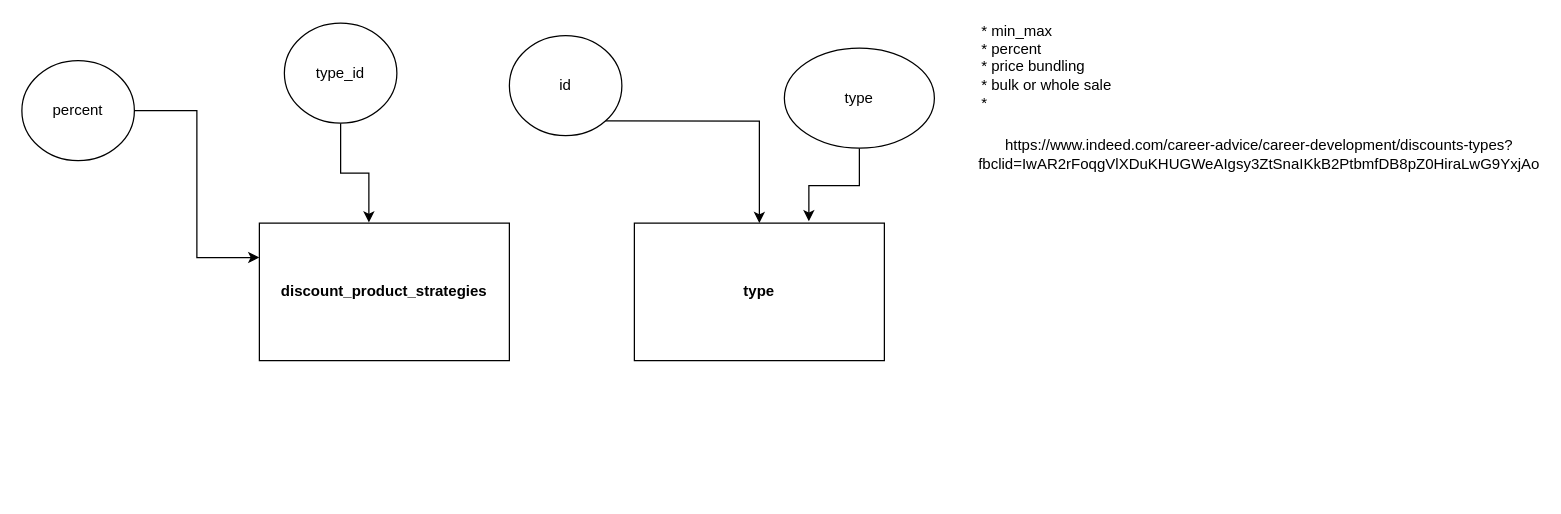
Earlier version of the draw.io diagram discount strategy.drawio (janpaulalmanoche/zz). Source tidied: cells renumbered, new cells numbered last; positions are measured from the earlier drawing's top-left corner, leaving out a move shared by most shapes. Both pictures are drawn from the tidied source at 125%, with x=0, y=0 at pixel (21, 22).
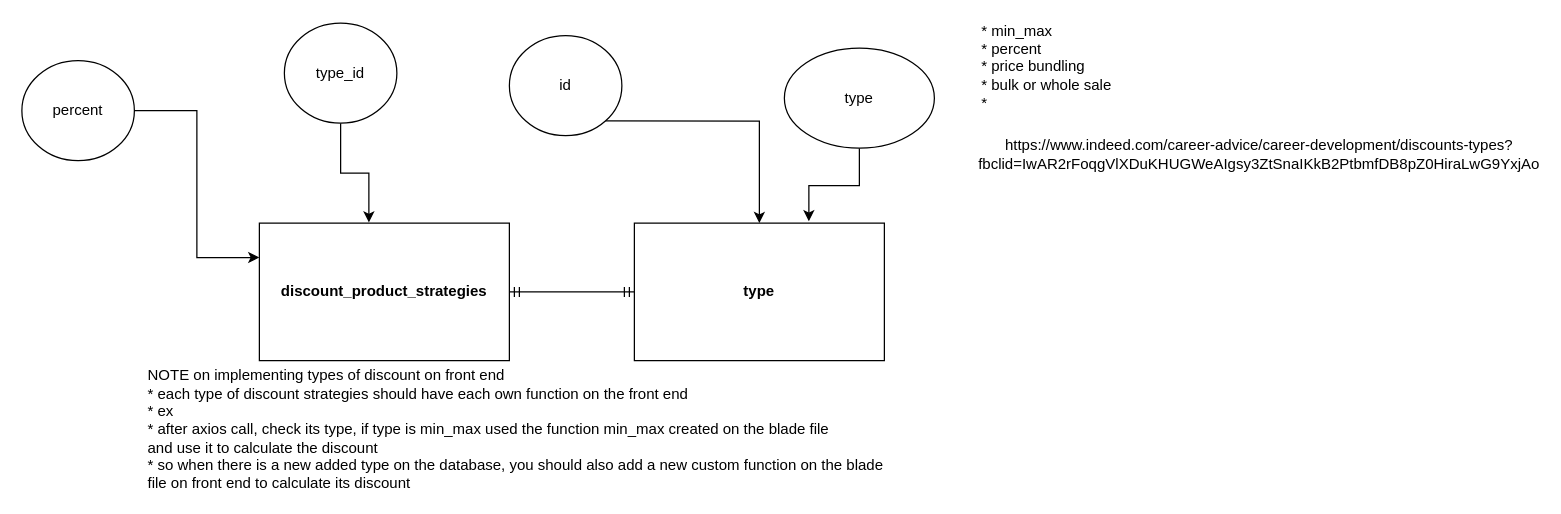
Above is the later version.

Diff of the diagram source:
```diff
@@
 <mxGraphModel>
   <root>
     <mxCell id="0" />
     <mxCell id="1" parent="0" />
     <mxCell id="2" value="&lt;b&gt;discount_product_strategies&lt;/b&gt;" style="rounded=0;whiteSpace=wrap;html=1;" parent="1" vertex="1">
       <mxGeometry x="190" y="160" width="200" height="110" as="geometry" />
     </mxCell>
+    <mxCell id="14" style="edgeStyle=orthogonalEdgeStyle;rounded=0;jettySize=auto;html=1;exitX=0;exitY=0.5;exitDx=0;exitDy=0;endArrow=ERmandOne;endFill=0;startArrow=ERmandOne;startFill=0;" parent="1" edge="1" source="3" target="2">
+      <mxGeometry relative="1" as="geometry" />
+    </mxCell>
     <mxCell id="3" value="&lt;b&gt;type&lt;/b&gt;" style="rounded=0;whiteSpace=wrap;html=1;" parent="1" vertex="1">
       <mxGeometry x="490" y="160" width="200" height="110" as="geometry" />
     </mxCell>
     <mxCell id="4" style="edgeStyle=orthogonalEdgeStyle;rounded=0;jettySize=auto;html=1;exitX=1;exitY=1;exitDx=0;exitDy=0;" parent="1" edge="1" source="5" target="3">
       <mxGeometry relative="1" as="geometry" />
     </mxCell>
     <mxCell id="5" value="id" style="ellipse;whiteSpace=wrap;html=1;" parent="1" vertex="1">
       <mxGeometry x="390" y="10" width="90" height="80" as="geometry" />
     </mxCell>
     <mxCell id="6" style="edgeStyle=orthogonalEdgeStyle;rounded=0;jettySize=auto;html=1;exitX=0.5;exitY=1;exitDx=0;exitDy=0;entryX=0.698;entryY=-0.013;entryDx=0;entryDy=0;entryPerimeter=0;" parent="1" edge="1" source="7" target="3">
       <mxGeometry relative="1" as="geometry" />
     </mxCell>
     <mxCell id="7" value="type" style="ellipse;whiteSpace=wrap;html=1;" parent="1" vertex="1">
       <mxGeometry x="610" y="20" width="120" height="80" as="geometry" />
     </mxCell>
     <mxCell id="8" value="&lt;div style=&quot;text-align: left&quot;&gt;&lt;span&gt;* min_max&lt;/span&gt;&lt;/div&gt;&lt;div style=&quot;text-align: left&quot;&gt;&lt;span&gt;* percent&lt;/span&gt;&lt;/div&gt;&lt;div style=&quot;text-align: left&quot;&gt;&lt;span&gt;* price bundling&lt;/span&gt;&lt;/div&gt;&lt;div style=&quot;text-align: left&quot;&gt;&lt;span&gt;* bulk or whole sale&lt;/span&gt;&lt;/div&gt;&lt;div style=&quot;text-align: left&quot;&gt;&lt;span&gt;*&amp;nbsp;&lt;/span&gt;&lt;/div&gt;" style="text;html=1;strokeColor=none;fillColor=none;align=center;verticalAlign=middle;whiteSpace=wrap;rounded=0;" parent="1" vertex="1">
       <mxGeometry x="740" y="20" width="160" height="30" as="geometry" />
     </mxCell>
     <mxCell id="9" value="https://www.indeed.com/career-advice/career-development/discounts-types?fbclid=IwAR2rFoqgVlXDuKHUGWeAIgsy3ZtSnaIKkB2PtbmfDB8pZ0HiraLwG9YxjAo" style="text;html=1;strokeColor=none;fillColor=none;align=center;verticalAlign=middle;whiteSpace=wrap;rounded=0;" parent="1" vertex="1">
       <mxGeometry x="960" y="90" width="60" height="30" as="geometry" />
     </mxCell>
     <mxCell id="10" style="edgeStyle=orthogonalEdgeStyle;rounded=0;jettySize=auto;html=1;exitX=0.5;exitY=1;exitDx=0;exitDy=0;entryX=0.438;entryY=-0.005;entryDx=0;entryDy=0;entryPerimeter=0;" parent="1" edge="1" source="11" target="2">
       <mxGeometry relative="1" as="geometry" />
     </mxCell>
     <mxCell id="11" value="type_id" style="ellipse;whiteSpace=wrap;html=1;" parent="1" vertex="1">
       <mxGeometry x="210" width="90" height="80" as="geometry" />
     </mxCell>
     <mxCell id="12" style="edgeStyle=orthogonalEdgeStyle;rounded=0;jettySize=auto;html=1;exitX=1;exitY=0.5;exitDx=0;exitDy=0;entryX=0;entryY=0.25;entryDx=0;entryDy=0;" parent="1" edge="1" source="13" target="2">
       <mxGeometry relative="1" as="geometry" />
     </mxCell>
     <mxCell id="13" value="percent" style="ellipse;whiteSpace=wrap;html=1;" parent="1" vertex="1">
       <mxGeometry y="30" width="90" height="80" as="geometry" />
     </mxCell>
+    <mxCell id="15" value="&lt;div style=&quot;text-align: left&quot;&gt;NOTE on implementing types of discount on front end&lt;/div&gt;&lt;div style=&quot;text-align: left&quot;&gt;* each type of discount strategies should have each own function on the front end&lt;/div&gt;&lt;div style=&quot;text-align: left&quot;&gt;* ex&lt;/div&gt;&lt;div style=&quot;text-align: left&quot;&gt;* after axios call, check its type, if type is min_max used the function min_max created on the blade file&lt;/div&gt;&lt;div style=&quot;text-align: left&quot;&gt;and use it to calculate the discount&lt;/div&gt;&lt;div style=&quot;text-align: left&quot;&gt;* so when there is a new added type on the database, you should also add a new custom function on the blade file on front end to calculate its discount&lt;/div&gt;" style="text;html=1;strokeColor=none;fillColor=none;align=center;verticalAlign=middle;whiteSpace=wrap;rounded=0;" parent="1" vertex="1">
+      <mxGeometry x="100" y="310" width="600" height="30" as="geometry" />
+    </mxCell>
   </root>
 </mxGraphModel>
```
